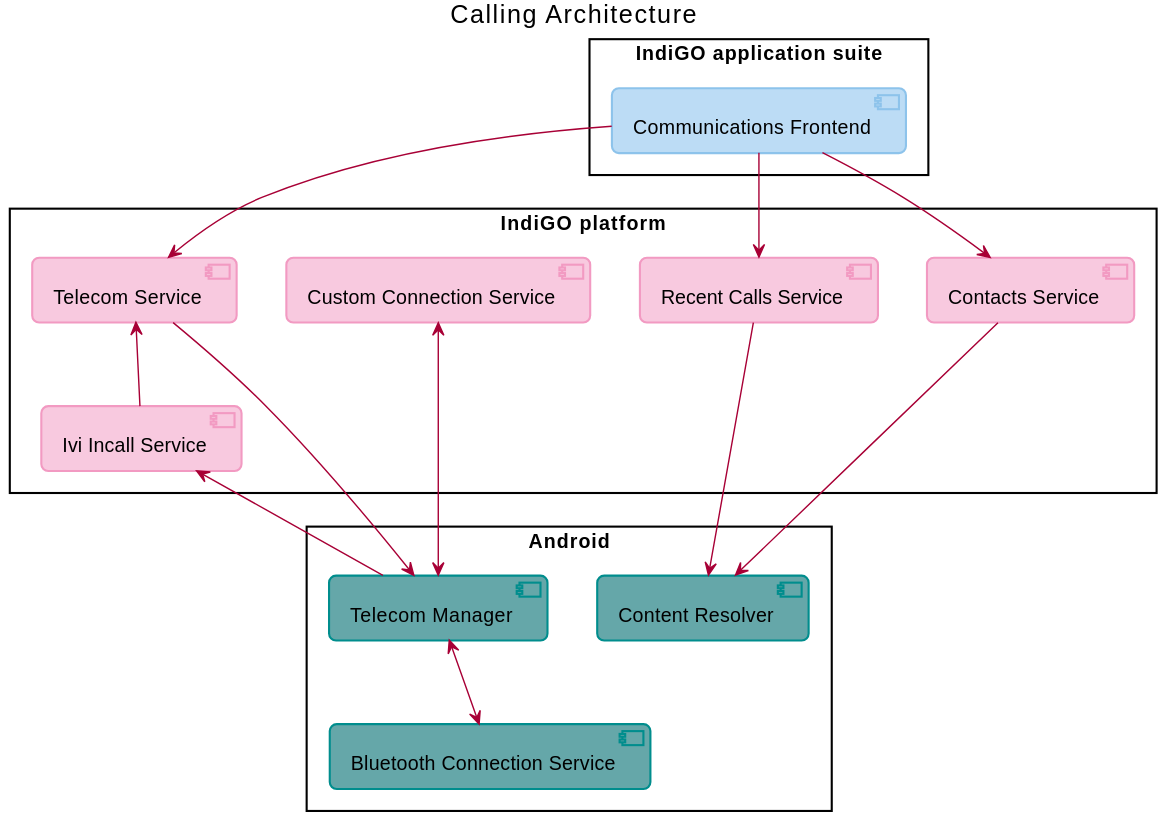
This is docs/portal/site/src/documentation/2. developing/6. platform-domains/images/communications_domain-calling-high-level-overview.svg from IngoHaumann-TomTom/tomtom-digital-cockpit-sdk-examples, a PlantUML export, as it was before one commit.
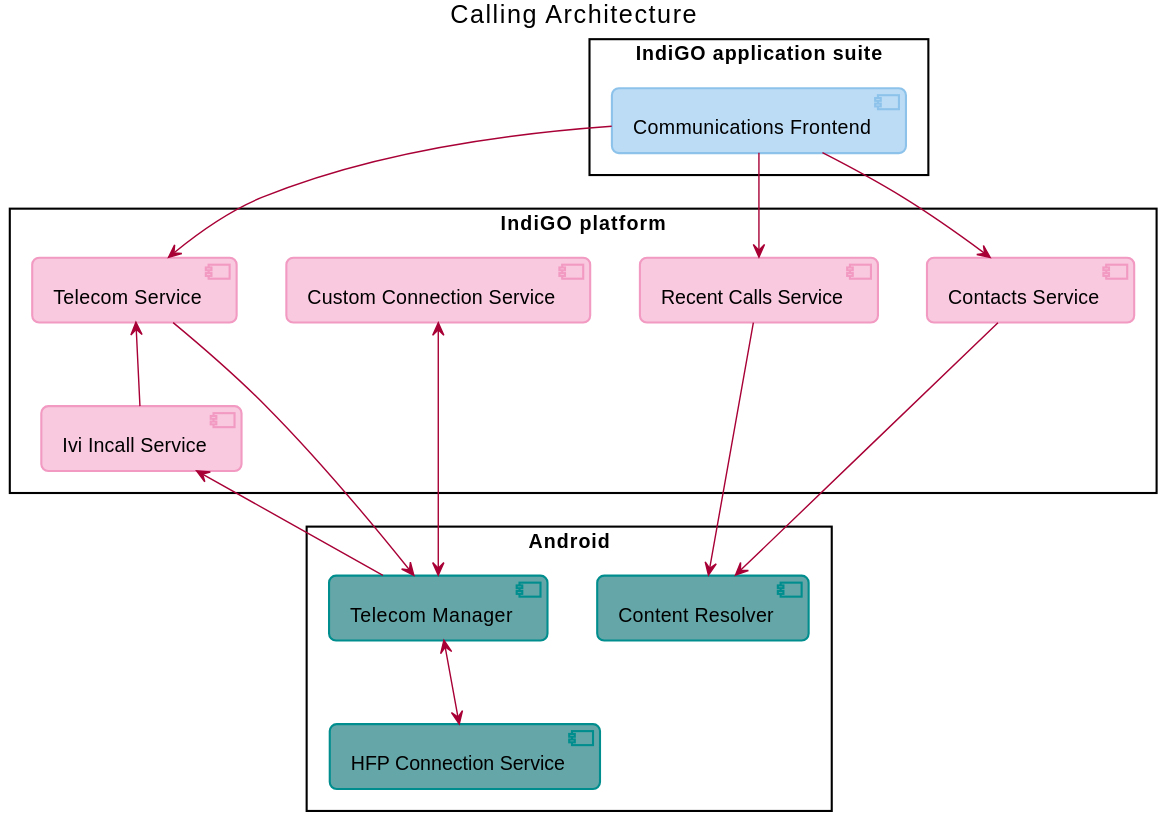
Above is the later version.

Commit message:
Merged PR 15978: IVI-5402: Added missing description of the Bluetooth Connection Service

Renamed it to be more clear and added a description.

Change to the diagram source:
```diff
@@ -19,7 +19,7 @@
 package "Android"<<Rectangle>> {
     component TelecomManager as [Telecom Manager]<<Android>>
     component ContentResolver as [Content Resolver]<<Android>>
-    component ConnectionService as [Bluetooth Connection Service]<<Android>>
+    component ConnectionService as [HFP Connection Service]<<Android>>
 }
 
 CommunicationsFrontend -d-> TelecomService
```
